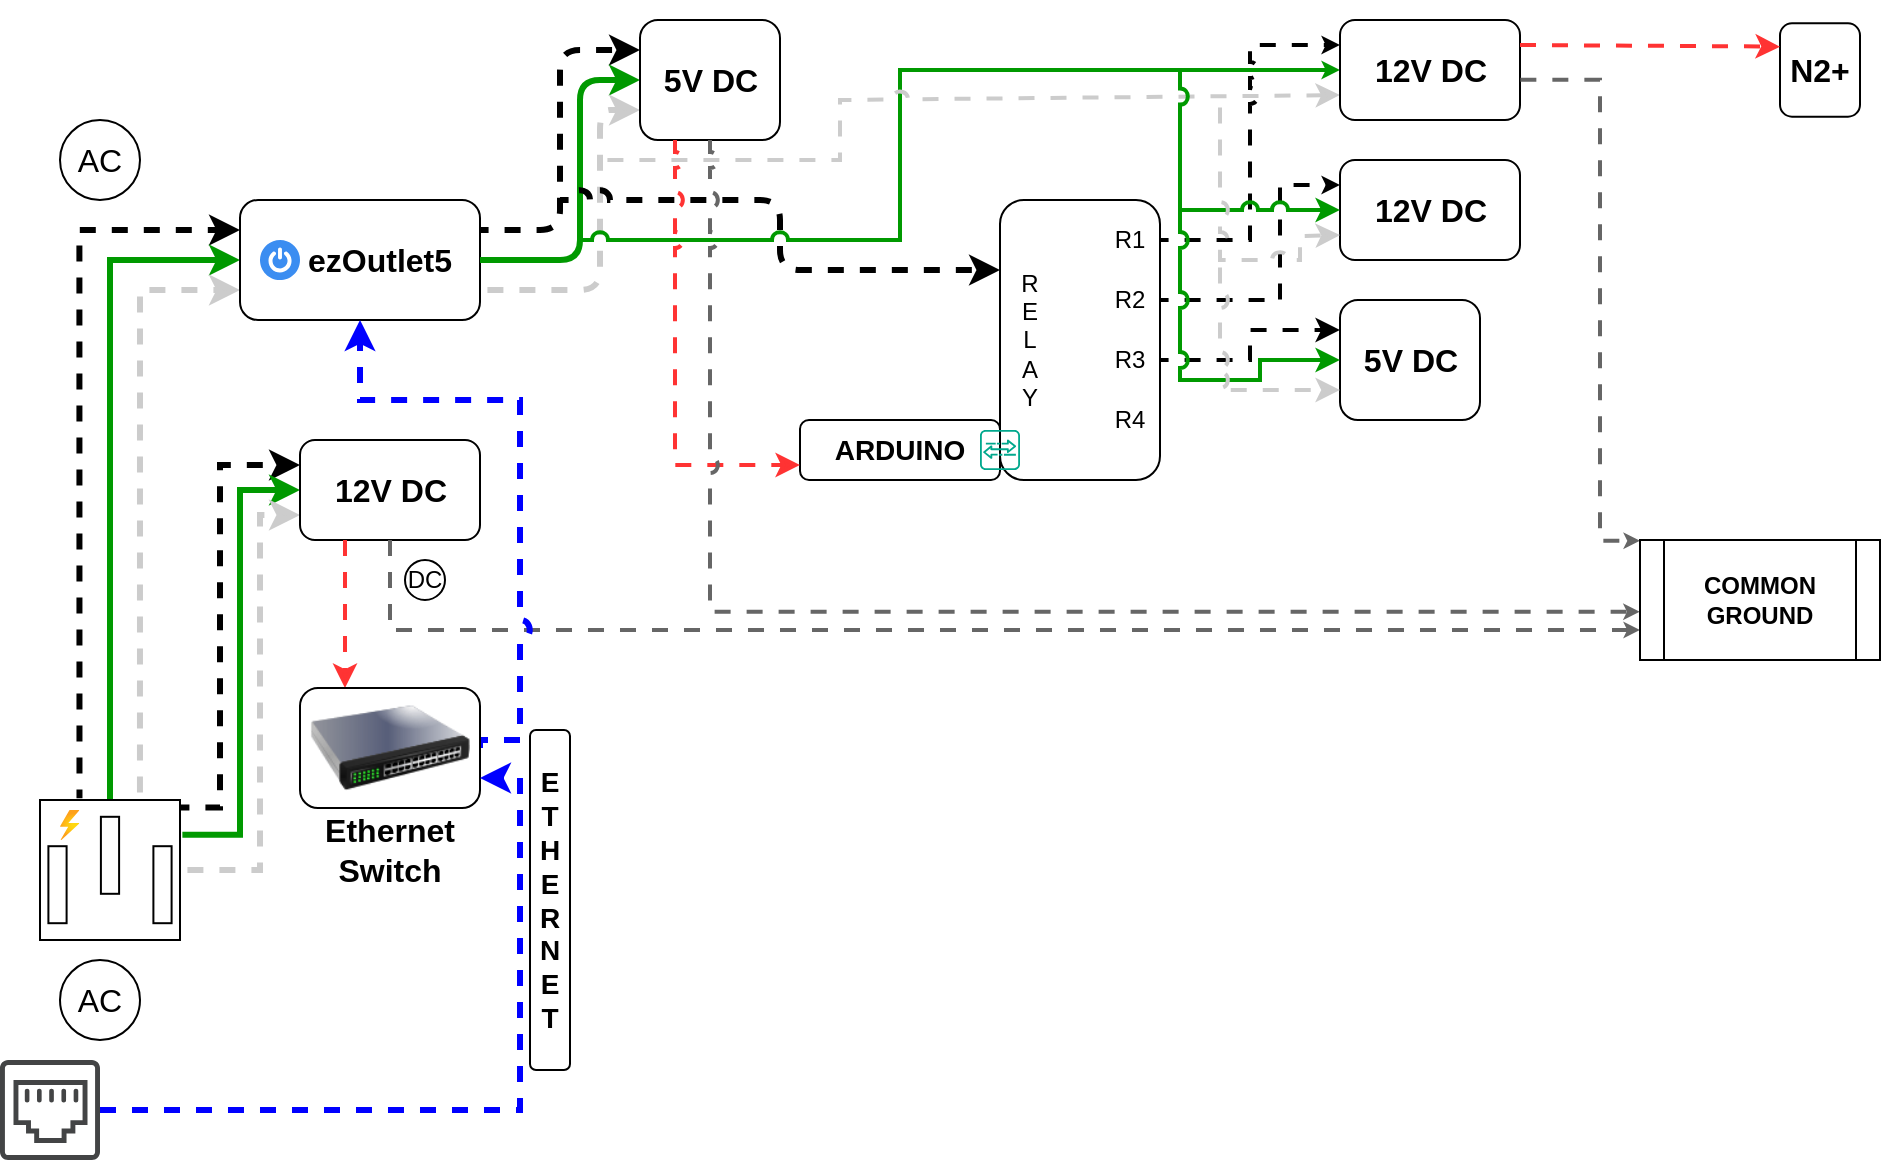
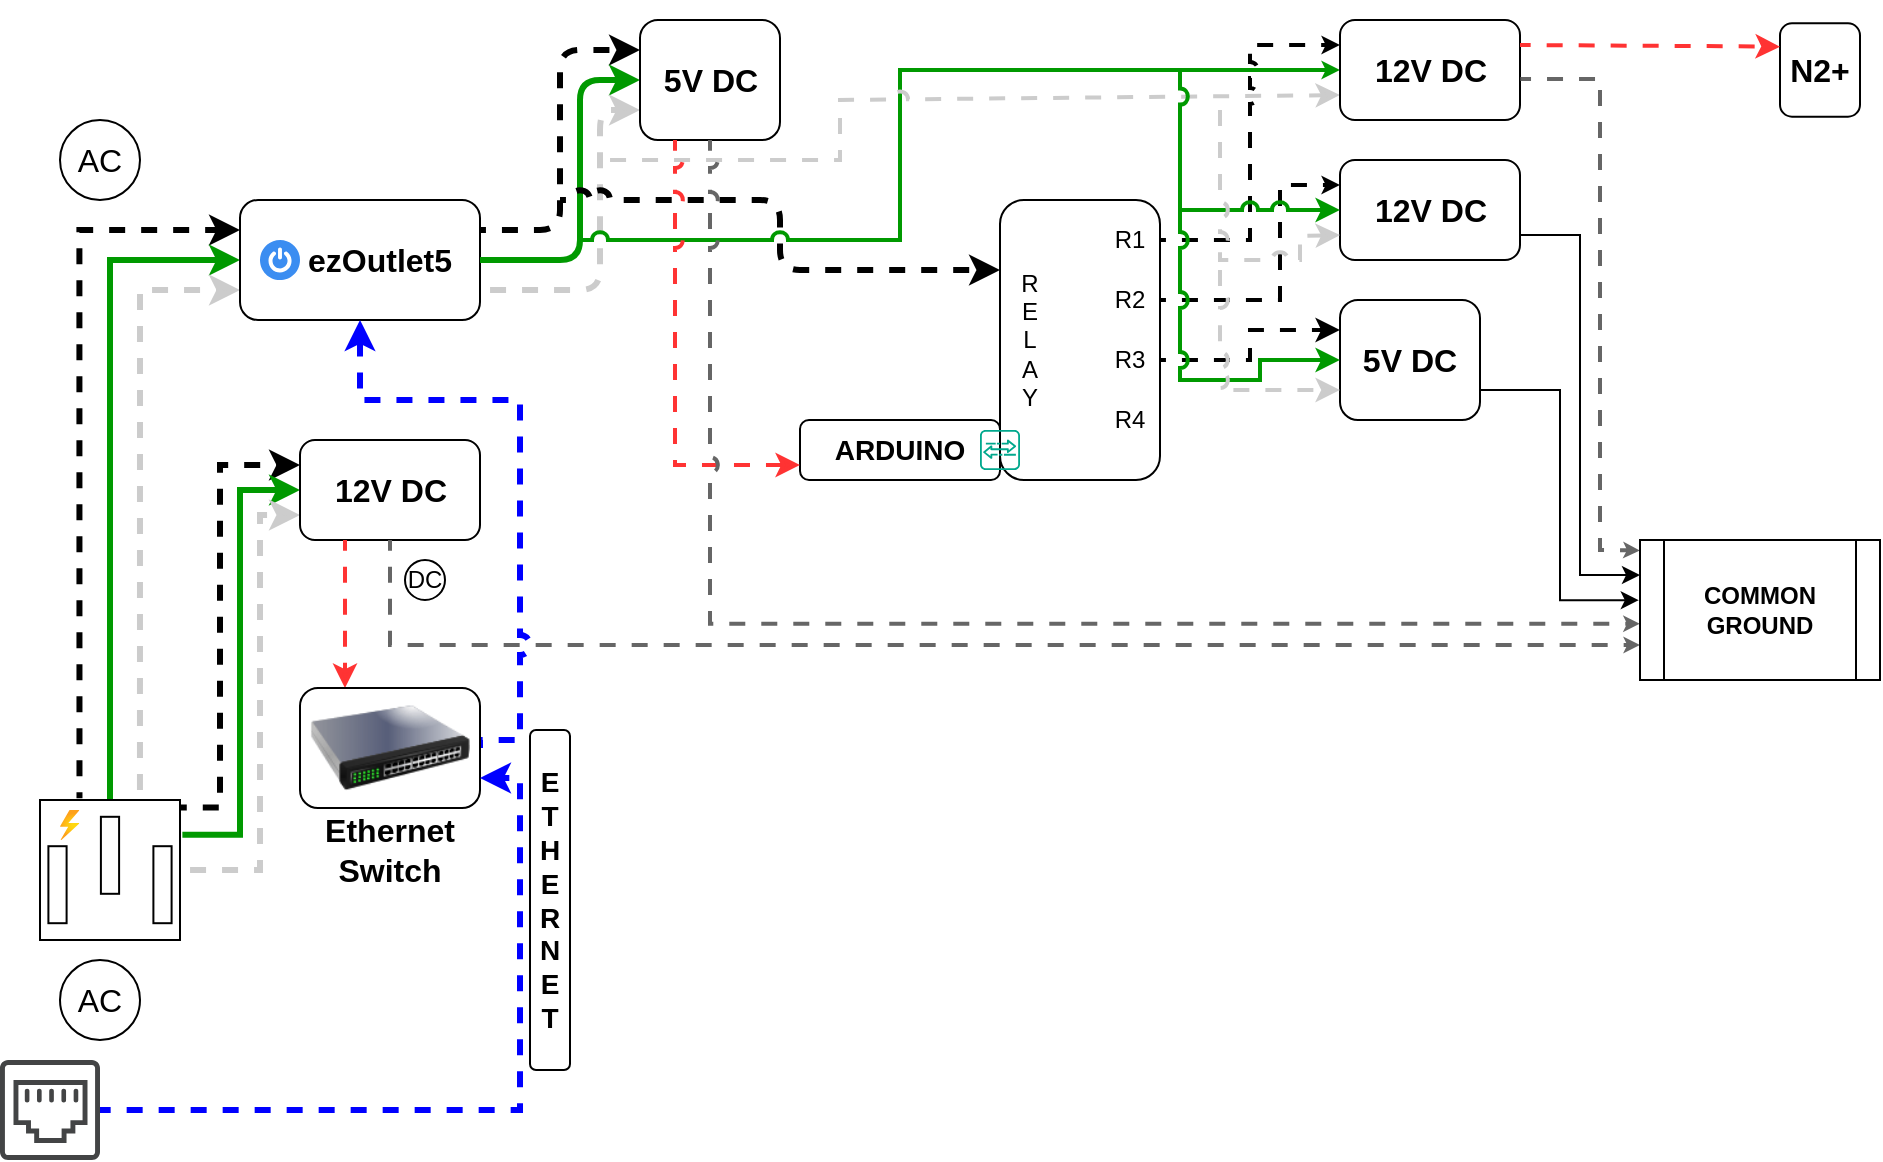
<mxfile host="app.diagrams.net" agent="Mozilla/5.0 (Windows NT 10.0; Win64; x64) AppleWebKit/537.36 (KHTML, like Gecko) Chrome/131.0.0.0 Safari/537.36 Edg/131.0.0.0" version="25.0.3">
  <diagram name="Page-1" id="VlRkN-xOVygPYa-iD9Ir">
-     <mxGraphModel dx="1400" dy="877" grid="1" gridSize="10" guides="1" tooltips="1" connect="1" arrows="1" fold="1" page="1" pageScale="1" pageWidth="1600" pageHeight="900" background="none" math="0" shadow="0">
+     <mxGraphModel dx="157" dy="98" grid="1" gridSize="10" guides="1" tooltips="1" connect="1" arrows="1" fold="1" page="1" pageScale="1" pageWidth="1600" pageHeight="900" background="none" math="0" shadow="0">
      <root>
        <mxCell id="0" />
        <mxCell id="1" parent="0" />
        <mxCell id="JVLtuT8sySUBbFbLTn6r-3" style="edgeStyle=orthogonalEdgeStyle;rounded=0;orthogonalLoop=1;jettySize=auto;html=1;entryX=0;entryY=0.25;entryDx=0;entryDy=0;exitX=0.282;exitY=-0.013;exitDx=0;exitDy=0;exitPerimeter=0;strokeWidth=3;flowAnimation=1;flowAnimationDirection=alternate;flowAnimationTimingFunction=ease-in-out;flowAnimationDuration=1500;jumpStyle=arc;" parent="1" source="pD8juBFKP1GN8B8eYQTb-1" target="pD8juBFKP1GN8B8eYQTb-3" edge="1">
          <mxGeometry relative="1" as="geometry" />
        </mxCell>
        <mxCell id="JVLtuT8sySUBbFbLTn6r-4" style="edgeStyle=orthogonalEdgeStyle;rounded=0;orthogonalLoop=1;jettySize=auto;html=1;exitX=0.5;exitY=0;exitDx=0;exitDy=0;exitPerimeter=0;entryX=0;entryY=0.5;entryDx=0;entryDy=0;strokeColor=#009900;strokeWidth=3;jumpStyle=arc;" parent="1" source="pD8juBFKP1GN8B8eYQTb-1" target="pD8juBFKP1GN8B8eYQTb-3" edge="1">
          <mxGeometry relative="1" as="geometry" />
        </mxCell>
        <mxCell id="JVLtuT8sySUBbFbLTn6r-5" style="edgeStyle=orthogonalEdgeStyle;rounded=0;orthogonalLoop=1;jettySize=auto;html=1;entryX=0;entryY=0.75;entryDx=0;entryDy=0;exitX=0.714;exitY=0;exitDx=0;exitDy=0;exitPerimeter=0;strokeWidth=3;strokeColor=#CCCCCC;flowAnimation=1;flowAnimationDirection=alternate-reverse;flowAnimationTimingFunction=ease-in-out;flowAnimationDuration=1500;jumpStyle=arc;" parent="1" source="pD8juBFKP1GN8B8eYQTb-1" target="pD8juBFKP1GN8B8eYQTb-3" edge="1">
          <mxGeometry relative="1" as="geometry">
            <mxPoint x="120" y="320" as="targetPoint" />
          </mxGeometry>
        </mxCell>
        <mxCell id="JVLtuT8sySUBbFbLTn6r-6" style="edgeStyle=orthogonalEdgeStyle;rounded=0;orthogonalLoop=1;jettySize=auto;html=1;entryX=0;entryY=0.25;entryDx=0;entryDy=0;exitX=1.006;exitY=0.054;exitDx=0;exitDy=0;exitPerimeter=0;strokeWidth=3;flowAnimation=1;flowAnimationDirection=alternate;flowAnimationTimingFunction=ease-in-out;flowAnimationDuration=1500;jumpStyle=arc;" parent="1" source="pD8juBFKP1GN8B8eYQTb-1" target="pD8juBFKP1GN8B8eYQTb-24" edge="1">
          <mxGeometry relative="1" as="geometry">
            <Array as="points">
              <mxPoint x="120" y="404" />
              <mxPoint x="120" y="233" />
            </Array>
          </mxGeometry>
        </mxCell>
        <mxCell id="JVLtuT8sySUBbFbLTn6r-7" style="edgeStyle=orthogonalEdgeStyle;rounded=0;orthogonalLoop=1;jettySize=auto;html=1;entryX=0;entryY=0.5;entryDx=0;entryDy=0;exitX=1.017;exitY=0.249;exitDx=0;exitDy=0;exitPerimeter=0;strokeWidth=3;strokeColor=#009900;jumpStyle=arc;" parent="1" source="pD8juBFKP1GN8B8eYQTb-1" target="pD8juBFKP1GN8B8eYQTb-24" edge="1">
          <mxGeometry relative="1" as="geometry" />
        </mxCell>
        <mxCell id="JVLtuT8sySUBbFbLTn6r-8" style="edgeStyle=orthogonalEdgeStyle;rounded=0;orthogonalLoop=1;jettySize=auto;html=1;entryX=0;entryY=0.75;entryDx=0;entryDy=0;strokeColor=#CCCCCC;strokeWidth=3;flowAnimation=1;flowAnimationDirection=alternate-reverse;flowAnimationTimingFunction=ease-in-out;flowAnimationDuration=1500;jumpStyle=arc;" parent="1" source="pD8juBFKP1GN8B8eYQTb-1" target="pD8juBFKP1GN8B8eYQTb-24" edge="1">
          <mxGeometry relative="1" as="geometry">
            <Array as="points">
              <mxPoint x="140" y="435" />
              <mxPoint x="140" y="258" />
            </Array>
          </mxGeometry>
        </mxCell>
        <mxCell id="JVLtuT8sySUBbFbLTn6r-1" value="" style="group" parent="1" vertex="1" connectable="0">
          <mxGeometry x="30" y="480" width="60" height="40" as="geometry" />
        </mxCell>
        <mxCell id="pD8juBFKP1GN8B8eYQTb-22" value="AC" style="text;html=1;align=center;verticalAlign=middle;whiteSpace=wrap;rounded=0;fontSize=16;" parent="JVLtuT8sySUBbFbLTn6r-1" vertex="1">
          <mxGeometry y="5" width="60" height="30" as="geometry" />
        </mxCell>
        <mxCell id="pD8juBFKP1GN8B8eYQTb-23" value="" style="ellipse;whiteSpace=wrap;html=1;fillColor=none;" parent="JVLtuT8sySUBbFbLTn6r-1" vertex="1">
          <mxGeometry x="10" width="40" height="40" as="geometry" />
        </mxCell>
        <mxCell id="JVLtuT8sySUBbFbLTn6r-2" value="" style="group" parent="1" vertex="1" connectable="0">
          <mxGeometry x="30" y="60" width="60" height="40" as="geometry" />
        </mxCell>
        <mxCell id="pD8juBFKP1GN8B8eYQTb-9" value="" style="ellipse;whiteSpace=wrap;html=1;fillColor=none;" parent="JVLtuT8sySUBbFbLTn6r-2" vertex="1">
          <mxGeometry x="10" width="40" height="40" as="geometry" />
        </mxCell>
        <mxCell id="pD8juBFKP1GN8B8eYQTb-11" value="AC" style="text;html=1;align=center;verticalAlign=middle;whiteSpace=wrap;rounded=0;fontSize=16;" parent="JVLtuT8sySUBbFbLTn6r-2" vertex="1">
          <mxGeometry y="5" width="60" height="30" as="geometry" />
        </mxCell>
        <mxCell id="JVLtuT8sySUBbFbLTn6r-9" value="" style="group" parent="1" vertex="1" connectable="0">
          <mxGeometry x="130" y="100" width="120" height="60" as="geometry" />
        </mxCell>
        <mxCell id="JVLtuT8sySUBbFbLTn6r-16" value="" style="group" parent="JVLtuT8sySUBbFbLTn6r-9" vertex="1" connectable="0">
          <mxGeometry width="120" height="60" as="geometry" />
        </mxCell>
        <mxCell id="pD8juBFKP1GN8B8eYQTb-3" value="" style="rounded=1;whiteSpace=wrap;html=1;" parent="JVLtuT8sySUBbFbLTn6r-16" vertex="1">
          <mxGeometry width="120" height="60" as="geometry" />
        </mxCell>
        <mxCell id="JVLtuT8sySUBbFbLTn6r-13" value="" style="sketch=0;html=1;aspect=fixed;strokeColor=none;shadow=0;fillColor=#3B8DF1;verticalAlign=top;labelPosition=center;verticalLabelPosition=bottom;shape=mxgraph.gcp2.a7_power" parent="JVLtuT8sySUBbFbLTn6r-16" vertex="1">
          <mxGeometry x="10" y="20" width="20" height="20" as="geometry" />
        </mxCell>
        <mxCell id="pD8juBFKP1GN8B8eYQTb-15" value="&lt;b&gt;ezOutlet5&lt;/b&gt;" style="text;html=1;align=center;verticalAlign=middle;whiteSpace=wrap;rounded=0;fontSize=16;" parent="JVLtuT8sySUBbFbLTn6r-16" vertex="1">
          <mxGeometry x="40" y="10" width="60" height="40" as="geometry" />
        </mxCell>
        <mxCell id="JVLtuT8sySUBbFbLTn6r-11" value="" style="group" parent="1" vertex="1" connectable="0">
          <mxGeometry x="160" y="220" width="90" height="50" as="geometry" />
        </mxCell>
        <mxCell id="JVLtuT8sySUBbFbLTn6r-72" value="" style="group" parent="JVLtuT8sySUBbFbLTn6r-11" vertex="1" connectable="0">
          <mxGeometry width="90" height="50" as="geometry" />
        </mxCell>
        <mxCell id="pD8juBFKP1GN8B8eYQTb-24" value="" style="rounded=1;whiteSpace=wrap;html=1;" parent="JVLtuT8sySUBbFbLTn6r-72" vertex="1">
          <mxGeometry width="90" height="50" as="geometry" />
        </mxCell>
        <mxCell id="JVLtuT8sySUBbFbLTn6r-10" value="&lt;font style=&quot;font-size: 16px;&quot;&gt;&lt;b&gt;12V DC&lt;/b&gt;&lt;/font&gt;" style="text;html=1;align=center;verticalAlign=middle;whiteSpace=wrap;rounded=0;" parent="JVLtuT8sySUBbFbLTn6r-72" vertex="1">
          <mxGeometry x="15.75" y="10" width="58.5" height="30" as="geometry" />
        </mxCell>
        <mxCell id="JVLtuT8sySUBbFbLTn6r-18" value="" style="group" parent="1" vertex="1" connectable="0">
          <mxGeometry x="30" y="400" width="70" height="70" as="geometry" />
        </mxCell>
        <mxCell id="pD8juBFKP1GN8B8eYQTb-1" value="" style="pointerEvents=1;verticalLabelPosition=bottom;shadow=0;dashed=0;align=center;html=1;verticalAlign=top;shape=mxgraph.electrical.miscellaneous.ac_out" parent="JVLtuT8sySUBbFbLTn6r-18" vertex="1">
          <mxGeometry width="70" height="70" as="geometry" />
        </mxCell>
        <mxCell id="JVLtuT8sySUBbFbLTn6r-12" value="" style="image;aspect=fixed;html=1;points=[];align=center;fontSize=12;image=img/lib/azure2/general/Power.svg;" parent="JVLtuT8sySUBbFbLTn6r-18" vertex="1">
          <mxGeometry x="10" y="5" width="9.72" height="15" as="geometry" />
        </mxCell>
        <mxCell id="JVLtuT8sySUBbFbLTn6r-23" style="edgeStyle=orthogonalEdgeStyle;rounded=0;orthogonalLoop=1;jettySize=auto;html=1;entryX=0.25;entryY=0;entryDx=0;entryDy=0;exitX=0.25;exitY=1;exitDx=0;exitDy=0;strokeColor=#FF3333;strokeWidth=2;flowAnimation=1;jumpStyle=arc;" parent="1" source="pD8juBFKP1GN8B8eYQTb-24" target="JVLtuT8sySUBbFbLTn6r-19" edge="1">
          <mxGeometry relative="1" as="geometry" />
        </mxCell>
        <mxCell id="JVLtuT8sySUBbFbLTn6r-28" value="" style="group" parent="1" vertex="1" connectable="0">
          <mxGeometry x="210" y="280" width="25" height="20" as="geometry" />
        </mxCell>
        <mxCell id="JVLtuT8sySUBbFbLTn6r-26" value="" style="ellipse;whiteSpace=wrap;html=1;aspect=fixed;" parent="JVLtuT8sySUBbFbLTn6r-28" vertex="1">
          <mxGeometry x="2.5" width="20" height="20" as="geometry" />
        </mxCell>
        <mxCell id="JVLtuT8sySUBbFbLTn6r-27" value="&lt;font&gt;DC&lt;/font&gt;" style="text;html=1;align=center;verticalAlign=middle;whiteSpace=wrap;rounded=0;" parent="JVLtuT8sySUBbFbLTn6r-28" vertex="1">
          <mxGeometry y="2.5" width="25" height="15" as="geometry" />
        </mxCell>
        <mxCell id="JVLtuT8sySUBbFbLTn6r-29" style="edgeStyle=orthogonalEdgeStyle;rounded=0;orthogonalLoop=1;jettySize=auto;html=1;exitX=0.5;exitY=1;exitDx=0;exitDy=0;strokeWidth=2;flowAnimation=1;strokeColor=#666666;jumpStyle=arc;entryX=0;entryY=0.75;entryDx=0;entryDy=0;endSize=2;" parent="1" source="pD8juBFKP1GN8B8eYQTb-24" target="0aRQkGjj-KWWZOeJOGup-9" edge="1">
          <mxGeometry relative="1" as="geometry">
            <mxPoint x="810" y="370" as="targetPoint" />
          </mxGeometry>
        </mxCell>
        <mxCell id="JVLtuT8sySUBbFbLTn6r-30" style="edgeStyle=orthogonalEdgeStyle;rounded=0;orthogonalLoop=1;jettySize=auto;html=1;exitX=1;exitY=0.5;exitDx=0;exitDy=0;entryX=0.5;entryY=1;entryDx=0;entryDy=0;strokeColor=#0000FF;strokeWidth=3;flowAnimation=1;jumpStyle=arc;" parent="1" source="JVLtuT8sySUBbFbLTn6r-19" target="pD8juBFKP1GN8B8eYQTb-3" edge="1">
          <mxGeometry relative="1" as="geometry">
            <Array as="points">
              <mxPoint x="270" y="370" />
              <mxPoint x="270" y="200" />
              <mxPoint x="190" y="200" />
            </Array>
          </mxGeometry>
        </mxCell>
        <mxCell id="JVLtuT8sySUBbFbLTn6r-33" value="" style="rounded=1;whiteSpace=wrap;html=1;" parent="1" vertex="1">
          <mxGeometry x="510" y="100" width="80" height="140" as="geometry" />
        </mxCell>
        <mxCell id="JVLtuT8sySUBbFbLTn6r-35" style="edgeStyle=orthogonalEdgeStyle;rounded=1;orthogonalLoop=1;jettySize=auto;html=1;exitX=1;exitY=0.25;exitDx=0;exitDy=0;entryX=0;entryY=0.25;entryDx=0;entryDy=0;curved=0;strokeWidth=3;flowAnimation=1;flowAnimationDirection=alternate;flowAnimationTimingFunction=ease-in-out;flowAnimationDuration=1500;jumpStyle=arc;" parent="1" source="pD8juBFKP1GN8B8eYQTb-3" target="JVLtuT8sySUBbFbLTn6r-34" edge="1">
          <mxGeometry relative="1" as="geometry" />
        </mxCell>
        <mxCell id="JVLtuT8sySUBbFbLTn6r-36" style="edgeStyle=orthogonalEdgeStyle;rounded=1;orthogonalLoop=1;jettySize=auto;html=1;exitX=1;exitY=0.5;exitDx=0;exitDy=0;entryX=0;entryY=0.5;entryDx=0;entryDy=0;curved=0;strokeWidth=3;strokeColor=#009900;jumpStyle=arc;" parent="1" source="pD8juBFKP1GN8B8eYQTb-3" target="JVLtuT8sySUBbFbLTn6r-34" edge="1">
          <mxGeometry relative="1" as="geometry">
            <Array as="points">
              <mxPoint x="300" y="130" />
              <mxPoint x="300" y="40" />
            </Array>
          </mxGeometry>
        </mxCell>
        <mxCell id="JVLtuT8sySUBbFbLTn6r-37" style="edgeStyle=orthogonalEdgeStyle;rounded=1;orthogonalLoop=1;jettySize=auto;html=1;exitX=1;exitY=0.75;exitDx=0;exitDy=0;entryX=0;entryY=0.75;entryDx=0;entryDy=0;curved=0;strokeColor=#CCCCCC;strokeWidth=3;flowAnimation=1;flowAnimationDirection=alternate-reverse;flowAnimationTimingFunction=ease-in-out;flowAnimationDuration=1500;jumpStyle=arc;" parent="1" source="pD8juBFKP1GN8B8eYQTb-3" target="JVLtuT8sySUBbFbLTn6r-34" edge="1">
          <mxGeometry relative="1" as="geometry">
            <Array as="points">
              <mxPoint x="310" y="145" />
              <mxPoint x="310" y="55" />
            </Array>
          </mxGeometry>
        </mxCell>
        <mxCell id="JVLtuT8sySUBbFbLTn6r-40" value="" style="endArrow=classic;html=1;rounded=1;curved=0;entryX=0;entryY=0.25;entryDx=0;entryDy=0;jumpStyle=arc;strokeWidth=3;flowAnimation=1;flowAnimationDirection=alternate;flowAnimationTimingFunction=ease-in-out;flowAnimationDuration=1500;" parent="1" target="JVLtuT8sySUBbFbLTn6r-33" edge="1">
          <mxGeometry width="50" height="50" relative="1" as="geometry">
            <mxPoint x="290" y="100" as="sourcePoint" />
            <mxPoint x="410" y="170" as="targetPoint" />
            <Array as="points">
              <mxPoint x="400" y="100" />
              <mxPoint x="400" y="135" />
            </Array>
          </mxGeometry>
        </mxCell>
        <mxCell id="JVLtuT8sySUBbFbLTn6r-51" value="" style="group" parent="1" vertex="1" connectable="0">
          <mxGeometry x="160" y="344" width="90" height="96" as="geometry" />
        </mxCell>
        <mxCell id="JVLtuT8sySUBbFbLTn6r-21" value="" style="group" parent="JVLtuT8sySUBbFbLTn6r-51" vertex="1" connectable="0">
          <mxGeometry width="90" height="70" as="geometry" />
        </mxCell>
        <mxCell id="JVLtuT8sySUBbFbLTn6r-50" value="" style="group" parent="JVLtuT8sySUBbFbLTn6r-21" vertex="1" connectable="0">
          <mxGeometry width="90" height="70" as="geometry" />
        </mxCell>
        <mxCell id="JVLtuT8sySUBbFbLTn6r-19" value="" style="rounded=1;whiteSpace=wrap;html=1;" parent="JVLtuT8sySUBbFbLTn6r-50" vertex="1">
          <mxGeometry width="90" height="60" as="geometry" />
        </mxCell>
        <mxCell id="JVLtuT8sySUBbFbLTn6r-49" value="" style="image;html=1;image=img/lib/clip_art/networking/Switch_128x128.png" parent="JVLtuT8sySUBbFbLTn6r-50" vertex="1">
          <mxGeometry x="5" y="-10" width="80" height="80" as="geometry" />
        </mxCell>
        <mxCell id="JVLtuT8sySUBbFbLTn6r-20" value="&lt;b&gt;&lt;font style=&quot;font-size: 16px;&quot;&gt;Ethernet&lt;/font&gt;&lt;/b&gt;&lt;div&gt;&lt;b&gt;&lt;font style=&quot;font-size: 16px;&quot;&gt;Switch&lt;/font&gt;&lt;/b&gt;&lt;/div&gt;" style="text;html=1;align=center;verticalAlign=middle;whiteSpace=wrap;rounded=0;" parent="JVLtuT8sySUBbFbLTn6r-51" vertex="1">
          <mxGeometry x="15" y="66" width="60" height="30" as="geometry" />
        </mxCell>
        <mxCell id="JVLtuT8sySUBbFbLTn6r-53" value="" style="group" parent="1" vertex="1" connectable="0">
          <mxGeometry x="330" y="10" width="70" height="60" as="geometry" />
        </mxCell>
        <mxCell id="JVLtuT8sySUBbFbLTn6r-71" value="" style="group" parent="JVLtuT8sySUBbFbLTn6r-53" vertex="1" connectable="0">
          <mxGeometry width="70" height="60" as="geometry" />
        </mxCell>
        <mxCell id="JVLtuT8sySUBbFbLTn6r-34" value="" style="rounded=1;whiteSpace=wrap;html=1;" parent="JVLtuT8sySUBbFbLTn6r-71" vertex="1">
          <mxGeometry width="70" height="60" as="geometry" />
        </mxCell>
        <mxCell id="JVLtuT8sySUBbFbLTn6r-52" value="&lt;font style=&quot;font-size: 16px;&quot;&gt;&lt;b&gt;5&lt;/b&gt;&lt;/font&gt;&lt;b style=&quot;font-size: 16px; background-color: initial;&quot;&gt;V DC&lt;/b&gt;" style="text;html=1;align=center;verticalAlign=middle;whiteSpace=wrap;rounded=0;" parent="JVLtuT8sySUBbFbLTn6r-71" vertex="1">
          <mxGeometry x="5.75" y="15" width="58.5" height="30" as="geometry" />
        </mxCell>
        <mxCell id="JVLtuT8sySUBbFbLTn6r-54" value="" style="endArrow=classic;html=1;rounded=0;entryX=0;entryY=0.5;entryDx=0;entryDy=0;jumpStyle=arc;strokeColor=#009900;strokeWidth=2;endSize=3;" parent="1" target="JVLtuT8sySUBbFbLTn6r-74" edge="1">
          <mxGeometry width="50" height="50" relative="1" as="geometry">
            <mxPoint x="300" y="120" as="sourcePoint" />
            <mxPoint x="350" y="80" as="targetPoint" />
            <Array as="points">
              <mxPoint x="460" y="120" />
              <mxPoint x="460" y="35" />
            </Array>
          </mxGeometry>
        </mxCell>
        <mxCell id="JVLtuT8sySUBbFbLTn6r-55" value="" style="endArrow=classic;html=1;rounded=0;entryX=0;entryY=0.75;entryDx=0;entryDy=0;strokeColor=#CCCCCC;strokeWidth=2;jumpStyle=arc;flowAnimation=1;flowAnimationDirection=alternate-reverse;flowAnimationTimingFunction=ease-in-out;flowAnimationDuration=1500;" parent="1" target="JVLtuT8sySUBbFbLTn6r-74" edge="1">
          <mxGeometry width="50" height="50" relative="1" as="geometry">
            <mxPoint x="310" y="80" as="sourcePoint" />
            <mxPoint x="350" y="140" as="targetPoint" />
            <Array as="points">
              <mxPoint x="430" y="80" />
              <mxPoint x="430" y="50" />
              <mxPoint x="520" y="50" />
            </Array>
          </mxGeometry>
        </mxCell>
        <mxCell id="JVLtuT8sySUBbFbLTn6r-56" value="R&lt;div&gt;E&lt;/div&gt;&lt;div&gt;L&lt;/div&gt;&lt;div&gt;A&lt;/div&gt;&lt;div&gt;Y&lt;/div&gt;" style="text;html=1;align=center;verticalAlign=middle;whiteSpace=wrap;rounded=0;" parent="1" vertex="1">
          <mxGeometry x="510" y="135" width="30" height="70" as="geometry" />
        </mxCell>
        <mxCell id="JVLtuT8sySUBbFbLTn6r-79" style="edgeStyle=orthogonalEdgeStyle;rounded=0;orthogonalLoop=1;jettySize=auto;html=1;exitX=1;exitY=0.5;exitDx=0;exitDy=0;entryX=0;entryY=0.25;entryDx=0;entryDy=0;strokeWidth=2;flowAnimation=1;flowAnimationDirection=alternate;flowAnimationTimingFunction=ease-in-out;flowAnimationDuration=1500;jumpStyle=arc;endSize=3;" parent="1" source="JVLtuT8sySUBbFbLTn6r-57" target="JVLtuT8sySUBbFbLTn6r-74" edge="1">
          <mxGeometry relative="1" as="geometry" />
        </mxCell>
        <mxCell id="JVLtuT8sySUBbFbLTn6r-57" value="R1" style="text;html=1;align=center;verticalAlign=middle;whiteSpace=wrap;rounded=0;" parent="1" vertex="1">
          <mxGeometry x="560" y="105" width="30" height="30" as="geometry" />
        </mxCell>
        <mxCell id="JVLtuT8sySUBbFbLTn6r-80" style="edgeStyle=orthogonalEdgeStyle;rounded=0;orthogonalLoop=1;jettySize=auto;html=1;exitX=1;exitY=0.5;exitDx=0;exitDy=0;entryX=0;entryY=0.25;entryDx=0;entryDy=0;strokeWidth=2;flowAnimation=1;flowAnimationDirection=alternate;flowAnimationTimingFunction=ease-in-out;flowAnimationDuration=1500;endSize=3;jumpStyle=arc;" parent="1" source="JVLtuT8sySUBbFbLTn6r-58" target="JVLtuT8sySUBbFbLTn6r-77" edge="1">
          <mxGeometry relative="1" as="geometry">
            <Array as="points">
              <mxPoint x="650" y="150" />
              <mxPoint x="650" y="93" />
            </Array>
          </mxGeometry>
        </mxCell>
        <mxCell id="JVLtuT8sySUBbFbLTn6r-58" value="R2" style="text;html=1;align=center;verticalAlign=middle;whiteSpace=wrap;rounded=0;" parent="1" vertex="1">
          <mxGeometry x="560" y="135" width="30" height="30" as="geometry" />
        </mxCell>
        <mxCell id="JVLtuT8sySUBbFbLTn6r-81" style="edgeStyle=orthogonalEdgeStyle;rounded=0;orthogonalLoop=1;jettySize=auto;html=1;exitX=1;exitY=0.5;exitDx=0;exitDy=0;entryX=0;entryY=0.25;entryDx=0;entryDy=0;strokeWidth=2;flowAnimation=1;flowAnimationDirection=alternate;flowAnimationTimingFunction=ease-in-out;flowAnimationDuration=1500;jumpStyle=arc;" parent="1" source="JVLtuT8sySUBbFbLTn6r-59" target="JVLtuT8sySUBbFbLTn6r-63" edge="1">
          <mxGeometry relative="1" as="geometry" />
        </mxCell>
        <mxCell id="JVLtuT8sySUBbFbLTn6r-59" value="R3" style="text;html=1;align=center;verticalAlign=middle;whiteSpace=wrap;rounded=0;" parent="1" vertex="1">
          <mxGeometry x="560" y="165" width="30" height="30" as="geometry" />
        </mxCell>
        <mxCell id="JVLtuT8sySUBbFbLTn6r-60" value="R4" style="text;html=1;align=center;verticalAlign=middle;whiteSpace=wrap;rounded=0;" parent="1" vertex="1">
          <mxGeometry x="560" y="195" width="30" height="30" as="geometry" />
        </mxCell>
        <mxCell id="JVLtuT8sySUBbFbLTn6r-67" value="" style="group" parent="1" vertex="1" connectable="0">
          <mxGeometry x="680" y="150" width="70" height="60" as="geometry" />
        </mxCell>
        <mxCell id="JVLtuT8sySUBbFbLTn6r-63" value="" style="rounded=1;whiteSpace=wrap;html=1;" parent="JVLtuT8sySUBbFbLTn6r-67" vertex="1">
          <mxGeometry width="70" height="60" as="geometry" />
        </mxCell>
        <mxCell id="JVLtuT8sySUBbFbLTn6r-62" value="" style="group" parent="JVLtuT8sySUBbFbLTn6r-67" vertex="1" connectable="0">
-           <mxGeometry width="70" height="60" as="geometry" />
+           <mxGeometry x="5" y="5" width="60" height="50" as="geometry" />
        </mxCell>
        <mxCell id="JVLtuT8sySUBbFbLTn6r-64" value="&lt;font style=&quot;font-size: 16px;&quot;&gt;&lt;b&gt;5&lt;/b&gt;&lt;/font&gt;&lt;b style=&quot;font-size: 16px; background-color: initial;&quot;&gt;V DC&lt;/b&gt;" style="text;html=1;align=center;verticalAlign=middle;whiteSpace=wrap;rounded=0;" parent="JVLtuT8sySUBbFbLTn6r-62" vertex="1">
-           <mxGeometry x="5.75" y="15" width="58.5" height="30" as="geometry" />
+           <mxGeometry x="4.928571428571428" y="12.5" width="50.14285714285714" height="25" as="geometry" />
        </mxCell>
        <mxCell id="JVLtuT8sySUBbFbLTn6r-73" value="" style="group" parent="1" vertex="1" connectable="0">
          <mxGeometry x="680" y="10" width="90" height="50" as="geometry" />
        </mxCell>
        <mxCell id="JVLtuT8sySUBbFbLTn6r-74" value="" style="rounded=1;whiteSpace=wrap;html=1;" parent="JVLtuT8sySUBbFbLTn6r-73" vertex="1">
          <mxGeometry width="90" height="50" as="geometry" />
        </mxCell>
        <mxCell id="JVLtuT8sySUBbFbLTn6r-75" value="&lt;font style=&quot;font-size: 16px;&quot;&gt;&lt;b&gt;12V DC&lt;/b&gt;&lt;/font&gt;" style="text;html=1;align=center;verticalAlign=middle;whiteSpace=wrap;rounded=0;" parent="JVLtuT8sySUBbFbLTn6r-73" vertex="1">
          <mxGeometry x="15.75" y="10" width="58.5" height="30" as="geometry" />
        </mxCell>
        <mxCell id="JVLtuT8sySUBbFbLTn6r-76" value="" style="group" parent="1" vertex="1" connectable="0">
          <mxGeometry x="680" y="80" width="90" height="50" as="geometry" />
        </mxCell>
        <mxCell id="JVLtuT8sySUBbFbLTn6r-77" value="" style="rounded=1;whiteSpace=wrap;html=1;" parent="JVLtuT8sySUBbFbLTn6r-76" vertex="1">
          <mxGeometry width="90" height="50" as="geometry" />
        </mxCell>
        <mxCell id="JVLtuT8sySUBbFbLTn6r-78" value="&lt;font style=&quot;font-size: 16px;&quot;&gt;&lt;b&gt;12V DC&lt;/b&gt;&lt;/font&gt;" style="text;html=1;align=center;verticalAlign=middle;whiteSpace=wrap;rounded=0;" parent="JVLtuT8sySUBbFbLTn6r-76" vertex="1">
          <mxGeometry x="15.75" y="10" width="58.5" height="30" as="geometry" />
        </mxCell>
        <mxCell id="JVLtuT8sySUBbFbLTn6r-82" value="" style="endArrow=classic;html=1;rounded=0;entryX=0;entryY=0.5;entryDx=0;entryDy=0;jumpStyle=arc;strokeColor=#009900;strokeWidth=2;" parent="1" target="JVLtuT8sySUBbFbLTn6r-77" edge="1">
          <mxGeometry width="50" height="50" relative="1" as="geometry">
            <mxPoint x="600" y="35" as="sourcePoint" />
            <mxPoint x="660" y="105" as="targetPoint" />
            <Array as="points">
              <mxPoint x="600" y="105" />
            </Array>
          </mxGeometry>
        </mxCell>
        <mxCell id="JVLtuT8sySUBbFbLTn6r-83" value="" style="endArrow=classic;html=1;rounded=0;entryX=0;entryY=0.75;entryDx=0;entryDy=0;strokeWidth=2;strokeColor=#CCCCCC;flowAnimation=1;flowAnimationTimingFunction=ease-in-out;flowAnimationDirection=alternate-reverse;jumpStyle=arc;flowAnimationDuration=1500;" parent="1" target="JVLtuT8sySUBbFbLTn6r-77" edge="1">
          <mxGeometry width="50" height="50" relative="1" as="geometry">
            <mxPoint x="620" y="50" as="sourcePoint" />
            <mxPoint x="480" y="40" as="targetPoint" />
            <Array as="points">
              <mxPoint x="620" y="130" />
              <mxPoint x="660" y="130" />
              <mxPoint x="660" y="118" />
            </Array>
          </mxGeometry>
        </mxCell>
        <mxCell id="JVLtuT8sySUBbFbLTn6r-88" value="" style="endArrow=classic;html=1;rounded=0;entryX=0;entryY=0.5;entryDx=0;entryDy=0;strokeColor=#009900;strokeWidth=2;jumpStyle=arc;" parent="1" target="JVLtuT8sySUBbFbLTn6r-63" edge="1">
          <mxGeometry width="50" height="50" relative="1" as="geometry">
            <mxPoint x="600" y="100" as="sourcePoint" />
            <mxPoint x="600" y="140" as="targetPoint" />
            <Array as="points">
              <mxPoint x="600" y="190" />
              <mxPoint x="640" y="190" />
              <mxPoint x="640" y="180" />
            </Array>
          </mxGeometry>
        </mxCell>
        <mxCell id="JVLtuT8sySUBbFbLTn6r-89" value="" style="endArrow=classic;html=1;rounded=0;entryX=0;entryY=0.75;entryDx=0;entryDy=0;strokeWidth=2;strokeColor=#CCCCCC;flowAnimation=1;jumpStyle=arc;flowAnimationTimingFunction=ease-in-out;flowAnimationDirection=alternate-reverse;flowAnimationDuration=1500;" parent="1" target="JVLtuT8sySUBbFbLTn6r-63" edge="1">
          <mxGeometry width="50" height="50" relative="1" as="geometry">
            <mxPoint x="620" y="130" as="sourcePoint" />
            <mxPoint x="600" y="100" as="targetPoint" />
            <Array as="points">
              <mxPoint x="620" y="195" />
            </Array>
          </mxGeometry>
        </mxCell>
        <mxCell id="JVLtuT8sySUBbFbLTn6r-90" value="&lt;b&gt;&lt;font style=&quot;font-size: 14px;&quot;&gt;ARDUINO&lt;/font&gt;&lt;/b&gt;" style="rounded=1;whiteSpace=wrap;html=1;" parent="1" vertex="1">
          <mxGeometry x="410" y="210" width="100" height="30" as="geometry" />
        </mxCell>
        <mxCell id="JVLtuT8sySUBbFbLTn6r-91" style="edgeStyle=orthogonalEdgeStyle;rounded=0;orthogonalLoop=1;jettySize=auto;html=1;exitX=0.25;exitY=1;exitDx=0;exitDy=0;entryX=0;entryY=0.75;entryDx=0;entryDy=0;strokeWidth=2;flowAnimation=1;strokeColor=#FF3333;jumpStyle=arc;" parent="1" source="JVLtuT8sySUBbFbLTn6r-34" target="JVLtuT8sySUBbFbLTn6r-90" edge="1">
          <mxGeometry relative="1" as="geometry" />
        </mxCell>
        <mxCell id="JVLtuT8sySUBbFbLTn6r-92" style="edgeStyle=orthogonalEdgeStyle;rounded=0;orthogonalLoop=1;jettySize=auto;html=1;exitX=0.5;exitY=1;exitDx=0;exitDy=0;entryX=-0.001;entryY=0.598;entryDx=0;entryDy=0;strokeWidth=2;flowAnimation=1;strokeColor=#666666;jumpStyle=arc;endSize=2;entryPerimeter=0;" parent="1" source="JVLtuT8sySUBbFbLTn6r-34" target="0aRQkGjj-KWWZOeJOGup-9" edge="1">
          <mxGeometry relative="1" as="geometry" />
        </mxCell>
        <mxCell id="JVLtuT8sySUBbFbLTn6r-93" value="" style="sketch=0;outlineConnect=0;fontColor=#232F3E;gradientColor=none;fillColor=#01A88D;strokeColor=none;dashed=0;verticalLabelPosition=bottom;verticalAlign=top;align=center;html=1;fontSize=12;fontStyle=0;aspect=fixed;shape=mxgraph.aws4.agent2;" parent="1" vertex="1">
          <mxGeometry x="500" y="215" width="20" height="20" as="geometry" />
        </mxCell>
        <mxCell id="0aRQkGjj-KWWZOeJOGup-1" value="" style="endArrow=classic;html=1;rounded=0;entryX=1;entryY=0.75;entryDx=0;entryDy=0;strokeWidth=3;strokeColor=#0000FF;flowAnimation=1;jumpStyle=arc;" edge="1" parent="1" source="0aRQkGjj-KWWZOeJOGup-3" target="JVLtuT8sySUBbFbLTn6r-19">
          <mxGeometry width="50" height="50" relative="1" as="geometry">
            <mxPoint x="40" y="560" as="sourcePoint" />
            <mxPoint x="560" y="420" as="targetPoint" />
            <Array as="points">
              <mxPoint x="270" y="555" />
              <mxPoint x="270" y="389" />
            </Array>
          </mxGeometry>
        </mxCell>
        <mxCell id="0aRQkGjj-KWWZOeJOGup-2" value="" style="group" vertex="1" connectable="0" parent="1">
          <mxGeometry x="270" y="365" width="30" height="170" as="geometry" />
        </mxCell>
        <mxCell id="JVLtuT8sySUBbFbLTn6r-31" value="" style="rounded=1;whiteSpace=wrap;html=1;" parent="0aRQkGjj-KWWZOeJOGup-2" vertex="1">
          <mxGeometry x="5" width="20" height="170" as="geometry" />
        </mxCell>
        <mxCell id="JVLtuT8sySUBbFbLTn6r-32" value="&lt;b&gt;&lt;font style=&quot;font-size: 14px;&quot;&gt;E&lt;/font&gt;&lt;/b&gt;&lt;div&gt;&lt;b&gt;&lt;font style=&quot;font-size: 14px;&quot;&gt;T&lt;/font&gt;&lt;/b&gt;&lt;/div&gt;&lt;div&gt;&lt;b&gt;&lt;font style=&quot;font-size: 14px;&quot;&gt;H&lt;/font&gt;&lt;/b&gt;&lt;/div&gt;&lt;div&gt;&lt;b&gt;&lt;font style=&quot;font-size: 14px;&quot;&gt;E&lt;/font&gt;&lt;/b&gt;&lt;/div&gt;&lt;div&gt;&lt;b&gt;&lt;font style=&quot;font-size: 14px;&quot;&gt;R&lt;/font&gt;&lt;/b&gt;&lt;/div&gt;&lt;div&gt;&lt;b&gt;&lt;font style=&quot;font-size: 14px;&quot;&gt;N&lt;/font&gt;&lt;/b&gt;&lt;/div&gt;&lt;div&gt;&lt;b&gt;&lt;font style=&quot;font-size: 14px;&quot;&gt;E&lt;/font&gt;&lt;/b&gt;&lt;/div&gt;&lt;div&gt;&lt;b&gt;&lt;font style=&quot;font-size: 14px;&quot;&gt;T&lt;/font&gt;&lt;/b&gt;&lt;/div&gt;" style="text;html=1;align=center;verticalAlign=middle;whiteSpace=wrap;rounded=0;" parent="0aRQkGjj-KWWZOeJOGup-2" vertex="1">
          <mxGeometry y="10" width="30" height="150" as="geometry" />
        </mxCell>
        <mxCell id="0aRQkGjj-KWWZOeJOGup-3" value="" style="sketch=0;pointerEvents=1;shadow=0;dashed=0;html=1;strokeColor=none;fillColor=#434445;aspect=fixed;labelPosition=center;verticalLabelPosition=bottom;verticalAlign=top;align=center;outlineConnect=0;shape=mxgraph.vvd.ethernet_port;" vertex="1" parent="1">
          <mxGeometry x="10" y="530" width="50" height="50" as="geometry" />
        </mxCell>
        <mxCell id="0aRQkGjj-KWWZOeJOGup-6" value="" style="group" vertex="1" connectable="0" parent="1">
          <mxGeometry x="890" width="60" height="70" as="geometry" />
        </mxCell>
        <mxCell id="0aRQkGjj-KWWZOeJOGup-4" value="" style="rounded=1;whiteSpace=wrap;html=1;" vertex="1" parent="0aRQkGjj-KWWZOeJOGup-6">
          <mxGeometry x="10" y="11.666666666666668" width="40" height="46.66666666666667" as="geometry" />
        </mxCell>
        <mxCell id="0aRQkGjj-KWWZOeJOGup-5" value="&lt;b&gt;&lt;font style=&quot;font-size: 16px;&quot;&gt;N2+&lt;/font&gt;&lt;/b&gt;" style="text;html=1;align=center;verticalAlign=middle;whiteSpace=wrap;rounded=0;" vertex="1" parent="0aRQkGjj-KWWZOeJOGup-6">
          <mxGeometry x="10" y="11.666666666666668" width="40" height="46.66666666666667" as="geometry" />
        </mxCell>
        <mxCell id="0aRQkGjj-KWWZOeJOGup-7" style="edgeStyle=orthogonalEdgeStyle;rounded=0;orthogonalLoop=1;jettySize=auto;html=1;exitX=1;exitY=0.25;exitDx=0;exitDy=0;entryX=0;entryY=0.25;entryDx=0;entryDy=0;strokeWidth=2;jumpStyle=arc;flowAnimation=1;strokeColor=#FF3333;" edge="1" parent="1" source="JVLtuT8sySUBbFbLTn6r-74" target="0aRQkGjj-KWWZOeJOGup-5">
          <mxGeometry relative="1" as="geometry" />
        </mxCell>
-         <mxCell id="0aRQkGjj-KWWZOeJOGup-8" style="edgeStyle=orthogonalEdgeStyle;rounded=0;orthogonalLoop=1;jettySize=auto;html=1;exitX=1.002;exitY=0.598;exitDx=0;exitDy=0;entryX=0.002;entryY=0.319;entryDx=0;entryDy=0;entryPerimeter=0;strokeWidth=2;strokeColor=#666666;flowAnimation=1;jumpStyle=arc;endSize=2;exitPerimeter=0;" edge="1" parent="1" source="JVLtuT8sySUBbFbLTn6r-74">
-           <mxGeometry relative="1" as="geometry">
-             <mxPoint x="769.76" y="28.75" as="sourcePoint" />
-             <mxPoint x="830" y="270.39000000000004" as="targetPoint" />
+         <mxCell id="0aRQkGjj-KWWZOeJOGup-8" style="edgeStyle=orthogonalEdgeStyle;rounded=0;orthogonalLoop=1;jettySize=auto;html=1;exitX=1.002;exitY=0.598;exitDx=0;exitDy=0;entryX=-0.001;entryY=0.075;entryDx=0;entryDy=0;strokeWidth=2;strokeColor=#666666;flowAnimation=1;jumpStyle=arc;endSize=2;exitPerimeter=0;entryPerimeter=0;" edge="1" parent="1" target="0aRQkGjj-KWWZOeJOGup-9">
+           <mxGeometry relative="1" as="geometry">
+             <mxPoint x="770.1800000000001" y="39.49999999999998" as="sourcePoint" />
+             <mxPoint x="830" y="269.99000000000007" as="targetPoint" />
            <Array as="points">
              <mxPoint x="810" y="40" />
-               <mxPoint x="810" y="271" />
+               <mxPoint x="810" y="275" />
+               <mxPoint x="820" y="275" />
            </Array>
          </mxGeometry>
        </mxCell>
        <mxCell id="0aRQkGjj-KWWZOeJOGup-11" value="" style="group" vertex="1" connectable="0" parent="1">
-           <mxGeometry x="830" y="270" width="120" height="60" as="geometry" />
+           <mxGeometry x="830" y="270" width="120" height="70" as="geometry" />
        </mxCell>
        <mxCell id="0aRQkGjj-KWWZOeJOGup-9" value="" style="shape=process;whiteSpace=wrap;html=1;backgroundOutline=1;" vertex="1" parent="0aRQkGjj-KWWZOeJOGup-11">
-           <mxGeometry width="120" height="60" as="geometry" />
+           <mxGeometry width="120" height="70" as="geometry" />
        </mxCell>
        <mxCell id="0aRQkGjj-KWWZOeJOGup-10" value="&lt;b&gt;COMMON&lt;/b&gt;&lt;div&gt;&lt;b&gt;GROUND&lt;/b&gt;&lt;/div&gt;" style="text;html=1;align=center;verticalAlign=middle;whiteSpace=wrap;rounded=0;" vertex="1" parent="0aRQkGjj-KWWZOeJOGup-11">
-           <mxGeometry x="30" y="15" width="60" height="30" as="geometry" />
+           <mxGeometry x="30" y="17.5" width="60" height="35" as="geometry" />
+         </mxCell>
+         <mxCell id="0aRQkGjj-KWWZOeJOGup-16" style="edgeStyle=orthogonalEdgeStyle;rounded=0;orthogonalLoop=1;jettySize=auto;html=1;exitX=1;exitY=0.75;exitDx=0;exitDy=0;entryX=0;entryY=0.25;entryDx=0;entryDy=0;" edge="1" parent="1" source="JVLtuT8sySUBbFbLTn6r-77" target="0aRQkGjj-KWWZOeJOGup-9">
+           <mxGeometry relative="1" as="geometry" />
+         </mxCell>
+         <mxCell id="0aRQkGjj-KWWZOeJOGup-17" style="edgeStyle=orthogonalEdgeStyle;rounded=0;orthogonalLoop=1;jettySize=auto;html=1;exitX=1;exitY=0.75;exitDx=0;exitDy=0;entryX=-0.005;entryY=0.43;entryDx=0;entryDy=0;entryPerimeter=0;" edge="1" parent="1" source="JVLtuT8sySUBbFbLTn6r-63" target="0aRQkGjj-KWWZOeJOGup-9">
+           <mxGeometry relative="1" as="geometry" />
        </mxCell>
      </root>
    </mxGraphModel>
  </diagram>
</mxfile>
